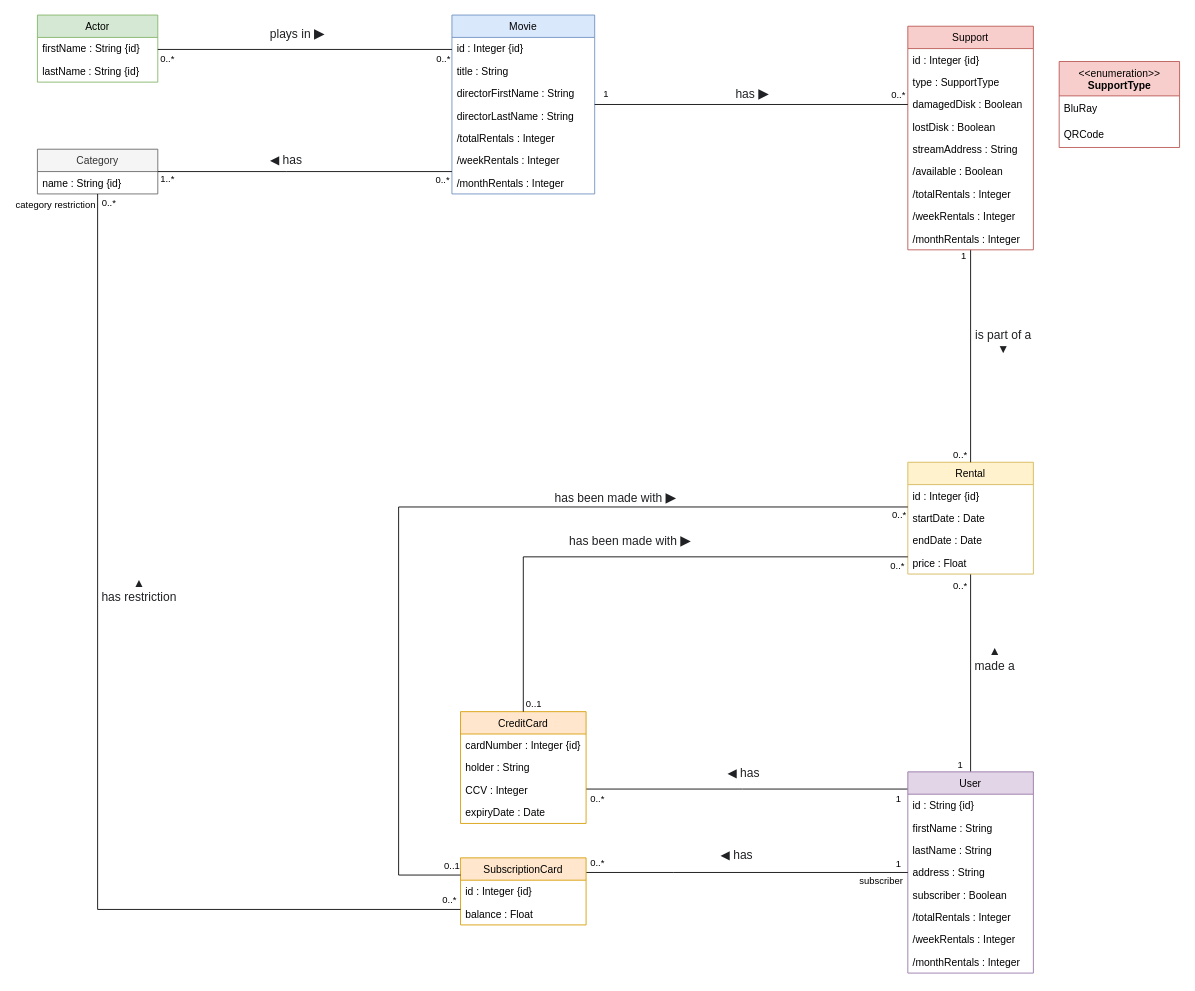
This is doc/BD_diagram.drawio from David-mrc/ProjetS7, a draw.io file, before an edit. Source tidied: cells renumbered, new cells numbered last; positions are measured from the earlier drawing's top-left corner, leaving out a move shared by most shapes. Both pictures are drawn from the tidied source at 86%, with x=0, y=0 at pixel (37, 15).
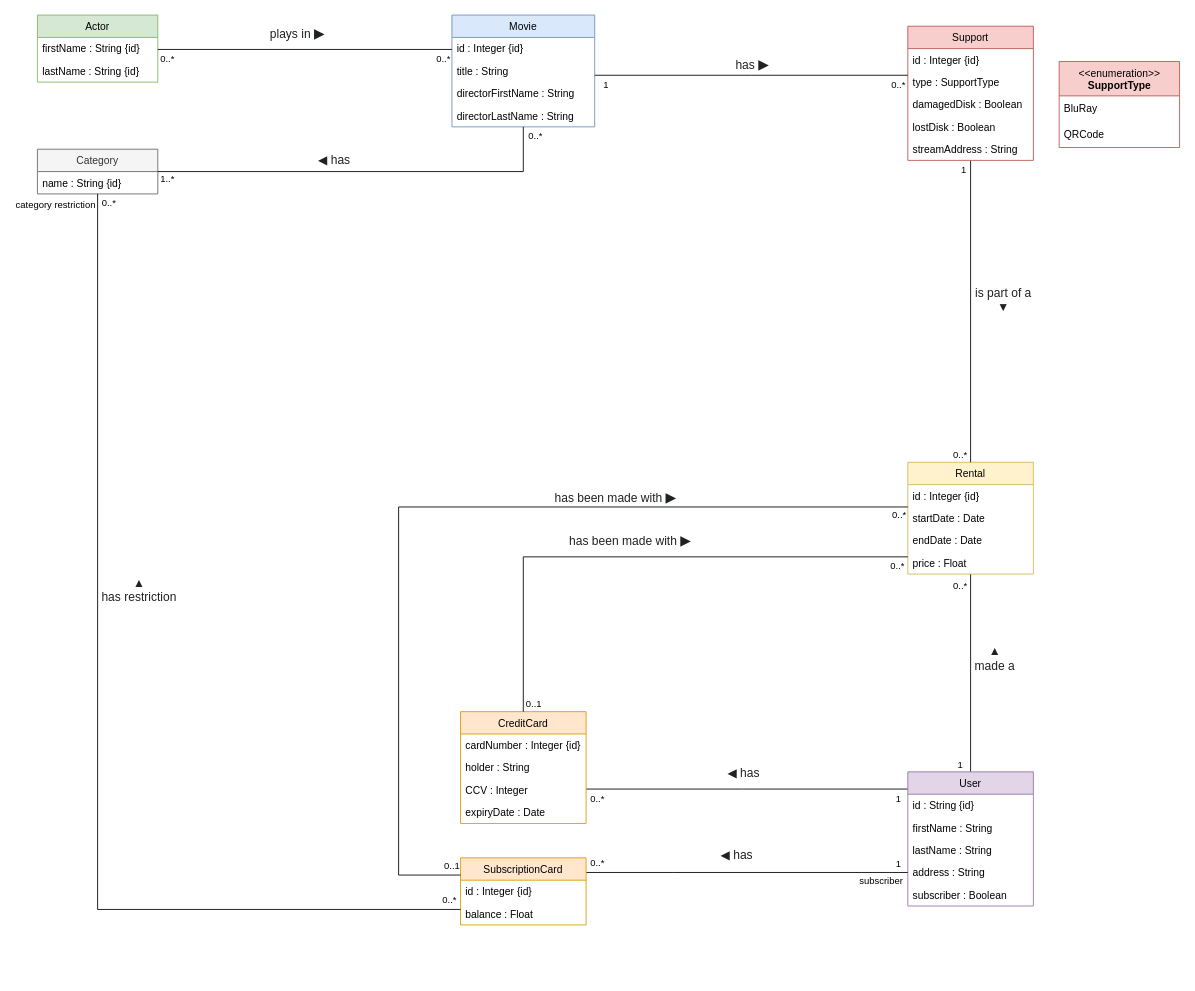
Above is the later version.

Unchanged cells that the change refers to:
```xml
<mxCell id="22" style="edgeStyle=orthogonalEdgeStyle;rounded=0;jettySize=auto;html=1;endArrow=none;endFill=0;" parent="1" edge="1" source="26" target="14">
  <mxGeometry relative="1" as="geometry" />
</mxCell>
<mxCell id="66" value="Category" style="swimlane;fontStyle=0;horizontal=1;startSize=26;fillColor=#f5f5f5;strokeColor=#666666;fontColor=#333333;" parent="1" vertex="1">
  <mxGeometry y="156" width="140" height="52" as="geometry" />
</mxCell>
```

Change to the diagram source:
```diff
@@
     <mxCell id="2" value="Movie" style="swimlane;fontStyle=0;horizontal=1;startSize=26;fillColor=#dae8fc;strokeColor=#6c8ebf;" parent="1" vertex="1">
-      <mxGeometry x="482" width="166" height="208" as="geometry" />
+      <mxGeometry x="482" width="166" height="130" as="geometry" />
     </mxCell>
@@
-    <mxCell id="7" value="/totalRentals : Integer" style="text;strokeColor=none;fillColor=none;align=left;verticalAlign=top;spacingLeft=4;spacingRight=4;overflow=hidden;" parent="2" vertex="1">
-      <mxGeometry y="130" width="166" height="26" as="geometry" />
-    </mxCell>
-    <mxCell id="8" value="/weekRentals : Integer" style="text;strokeColor=none;fillColor=none;align=left;verticalAlign=top;spacingLeft=4;spacingRight=4;overflow=hidden;" parent="2" vertex="1">
-      <mxGeometry y="156" width="166" height="26" as="geometry" />
-    </mxCell>
-    <mxCell id="9" value="/monthRentals : Integer" style="text;strokeColor=none;fillColor=none;align=left;verticalAlign=top;spacingLeft=4;spacingRight=4;overflow=hidden;" parent="2" vertex="1">
-      <mxGeometry y="182" width="166" height="26" as="geometry" />
-    </mxCell>
@@
     <mxCell id="23" value="1" style="edgeLabel;html=1;align=center;verticalAlign=middle;" parent="22" vertex="1">
       <mxGeometry x="-0.73" y="-2" relative="1" as="geometry">
-        <mxPoint x="-7" y="-27" as="offset" />
+        <mxPoint x="-7" y="-37" as="offset" />
       </mxGeometry>
     </mxCell>
     <mxCell id="24" value="0..*" style="edgeLabel;html=1;align=center;verticalAlign=middle;" parent="22" vertex="1">
       <mxGeometry x="0.56" y="2" relative="1" as="geometry">
-        <mxPoint x="-15" y="44" as="offset" />
+        <mxPoint x="-15" y="67" as="offset" />
       </mxGeometry>
     </mxCell>
     <mxCell id="25" value="&lt;span style=&quot;caret-color: rgb(32, 33, 36); color: rgb(32, 33, 36); font-family: arial, sans-serif; font-size: 14px; text-align: left;&quot;&gt;is part of a&lt;br&gt;&lt;b&gt;▼&lt;/b&gt;&lt;/span&gt;" style="edgeLabel;html=1;align=center;verticalAlign=middle;" parent="22" vertex="1">
       <mxGeometry x="-0.41" y="3" relative="1" as="geometry">
-        <mxPoint x="34" y="33" as="offset" />
+        <mxPoint x="34" y="57" as="offset" />
       </mxGeometry>
     </mxCell>
     <mxCell id="26" value="Support" style="swimlane;fontStyle=0;horizontal=1;startSize=26;fillColor=#f8cecc;strokeColor=#b85450;" parent="1" vertex="1">
-      <mxGeometry x="1012.1" y="13" width="146" height="260" as="geometry" />
+      <mxGeometry x="1012.1" y="13" width="146" height="156" as="geometry" />
     </mxCell>
@@
-    <mxCell id="32" value="/available : Boolean" style="text;strokeColor=none;fillColor=none;align=left;verticalAlign=top;spacingLeft=4;spacingRight=4;overflow=hidden;" parent="26" vertex="1">
-      <mxGeometry y="156" width="146" height="26" as="geometry" />
-    </mxCell>
-    <mxCell id="33" value="/totalRentals : Integer" style="text;strokeColor=none;fillColor=none;align=left;verticalAlign=top;spacingLeft=4;spacingRight=4;overflow=hidden;" parent="26" vertex="1">
-      <mxGeometry y="182" width="146" height="26" as="geometry" />
-    </mxCell>
-    <mxCell id="34" value="/weekRentals : Integer" style="text;strokeColor=none;fillColor=none;align=left;verticalAlign=top;spacingLeft=4;spacingRight=4;overflow=hidden;" parent="26" vertex="1">
-      <mxGeometry y="208" width="146" height="26" as="geometry" />
-    </mxCell>
-    <mxCell id="35" value="/monthRentals : Integer" style="text;strokeColor=none;fillColor=none;align=left;verticalAlign=top;spacingLeft=4;spacingRight=4;overflow=hidden;" parent="26" vertex="1">
-      <mxGeometry y="234" width="146" height="26" as="geometry" />
-    </mxCell>
@@
     <mxCell id="40" value="User" style="swimlane;fontStyle=0;horizontal=1;startSize=26;fillColor=#e1d5e7;strokeColor=#9673a6;" parent="1" vertex="1">
-      <mxGeometry x="1012.1" y="880" width="146" height="234" as="geometry" />
+      <mxGeometry x="1012.1" y="880" width="146" height="156" as="geometry" />
     </mxCell>
@@
-    <mxCell id="46" value="/totalRentals : Integer" style="text;strokeColor=none;fillColor=none;align=left;verticalAlign=top;spacingLeft=4;spacingRight=4;overflow=hidden;" parent="40" vertex="1">
-      <mxGeometry y="156" width="146" height="26" as="geometry" />
-    </mxCell>
-    <mxCell id="47" value="/weekRentals : Integer" style="text;strokeColor=none;fillColor=none;align=left;verticalAlign=top;spacingLeft=4;spacingRight=4;overflow=hidden;" parent="40" vertex="1">
-      <mxGeometry y="182" width="146" height="26" as="geometry" />
-    </mxCell>
-    <mxCell id="48" value="/monthRentals : Integer" style="text;strokeColor=none;fillColor=none;align=left;verticalAlign=top;spacingLeft=4;spacingRight=4;overflow=hidden;" parent="40" vertex="1">
-      <mxGeometry y="208" width="146" height="26" as="geometry" />
-    </mxCell>
@@
     <mxCell id="75" style="edgeStyle=orthogonalEdgeStyle;rounded=0;jettySize=auto;html=1;endArrow=none;endFill=0;" parent="1" edge="1" source="2" target="66">
       <mxGeometry relative="1" as="geometry">
         <Array as="points">
-          <mxPoint x="290" y="182" />
-          <mxPoint x="290" y="182" />
+          <mxPoint x="565" y="182" />
         </Array>
       </mxGeometry>
     </mxCell>
     <mxCell id="76" value="1..*" style="edgeLabel;html=1;align=center;verticalAlign=middle;" parent="75" vertex="1">
       <mxGeometry x="-0.11" y="-2" relative="1" as="geometry">
-        <mxPoint x="-180" y="10" as="offset" />
+        <mxPoint x="-255" y="10" as="offset" />
       </mxGeometry>
     </mxCell>
     <mxCell id="77" value="0..*" style="edgeLabel;html=1;align=center;verticalAlign=middle;" parent="75" vertex="1">
       <mxGeometry x="-0.6" y="-1" relative="1" as="geometry">
-        <mxPoint x="56" y="10" as="offset" />
+        <mxPoint x="56" y="-41" as="offset" />
       </mxGeometry>
     </mxCell>
@@
     <mxCell id="79" style="edgeStyle=orthogonalEdgeStyle;rounded=0;jettySize=auto;html=1;endArrow=none;endFill=0;" parent="1" edge="1" source="2" target="26">
       <mxGeometry relative="1" as="geometry">
         <Array as="points">
-          <mxPoint x="561" y="192" />
+          <mxPoint x="830" y="70" />
+          <mxPoint x="830" y="70" />
         </Array>
       </mxGeometry>
     </mxCell>
     <mxCell id="80" value="1" style="edgeLabel;html=1;align=center;verticalAlign=middle;" parent="79" vertex="1">
       <mxGeometry x="-0.61" y="1" relative="1" as="geometry">
-        <mxPoint x="-59" y="-12" as="offset" />
+        <mxPoint x="-59" y="11" as="offset" />
       </mxGeometry>
     </mxCell>
     <mxCell id="81" value="0..*" style="edgeLabel;html=1;align=center;verticalAlign=middle;" parent="79" vertex="1">
       <mxGeometry x="0.78" y="-1" relative="1" as="geometry">
-        <mxPoint x="28" y="-13" as="offset" />
+        <mxPoint x="28" y="9" as="offset" />
       </mxGeometry>
     </mxCell>
```
